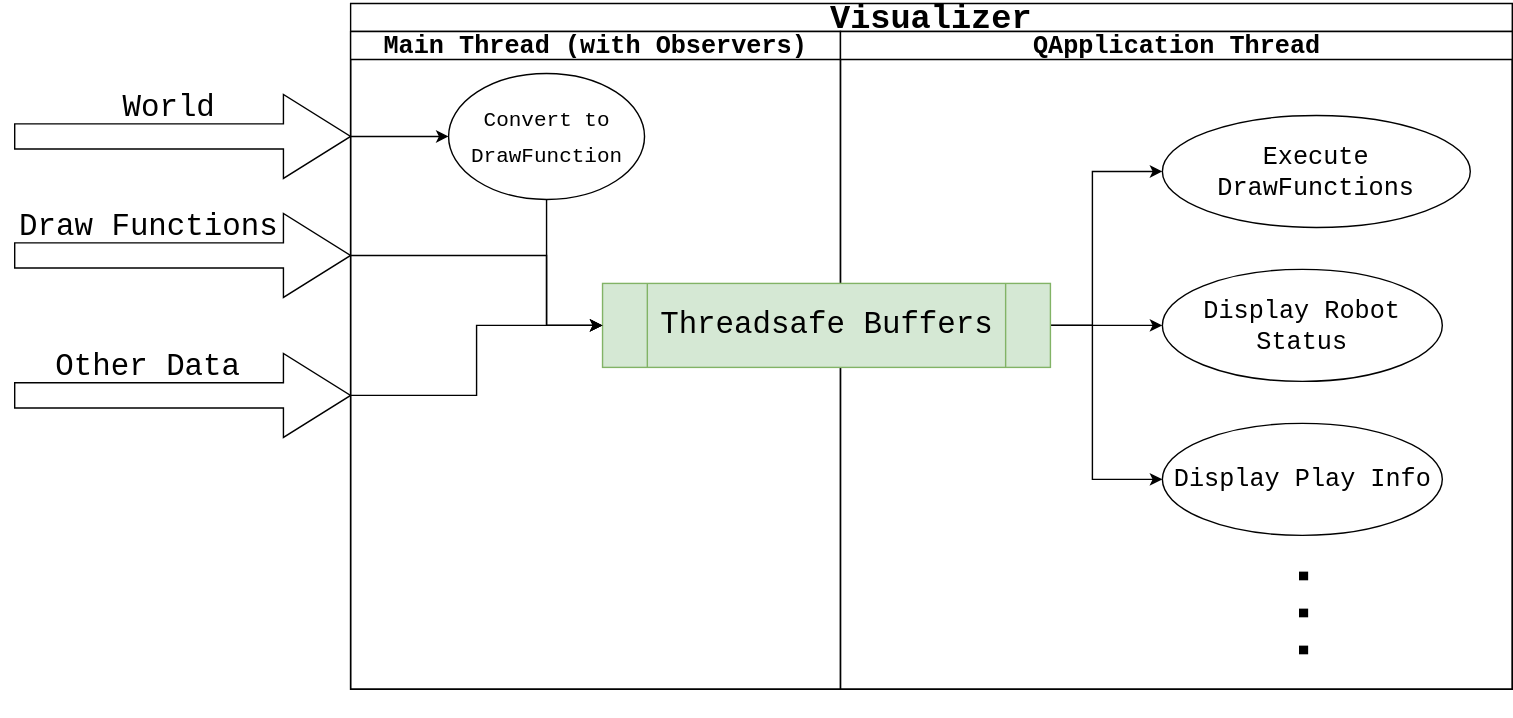
UBC-Thunderbots/Software keeps this draw.io diagram as docs/images/visualizer_diagram.svg. Above is the earlier version. Source tidied: cells renumbered, new cells last; positions are measured from the earlier drawing's top-left corner, leaving out a move shared by most shapes.
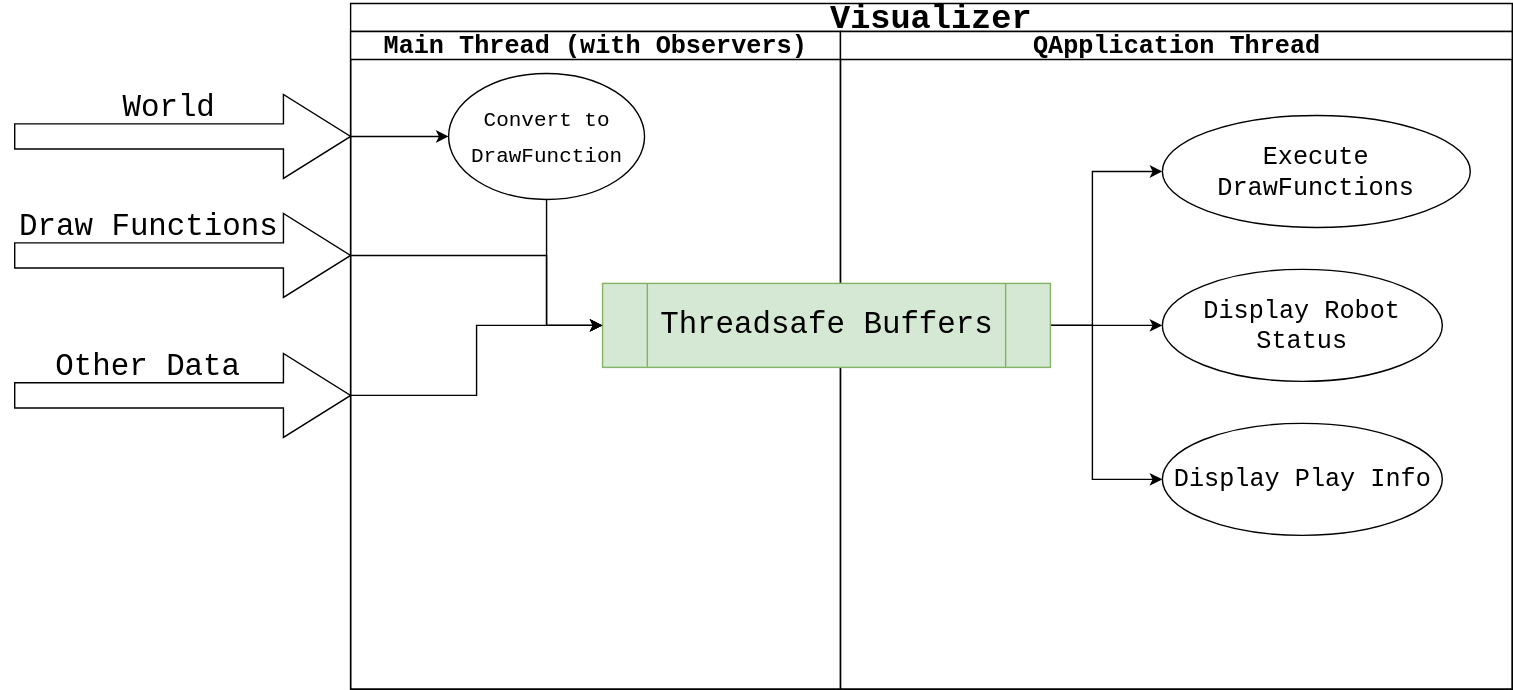
Later version of the same file.

The edit, as a diff of the source:
```diff
@@ -45,9 +45,6 @@
     <mxCell id="12" value="Display Play Info" style="ellipse;whiteSpace=wrap;html=1;strokeColor=#000000;fillColor=#ffffff;fontFamily=Courier New;fontSize=18;" parent="5" vertex="1">
       <mxGeometry x="230" y="280" width="200" height="80" as="geometry" />
     </mxCell>
-    <mxCell id="13" value="&lt;p style=&quot;line-height: 170%; font-size: 44px;&quot;&gt;&lt;/p&gt;&lt;div style=&quot;font-size: 44px;&quot;&gt;&lt;font style=&quot;font-size: 44px; line-height: 10%;&quot;&gt;.&lt;/font&gt;&lt;font style=&quot;font-size: 44px;&quot;&gt;..&lt;br style=&quot;font-size: 44px;&quot;&gt;&lt;/font&gt;&lt;/div&gt;&lt;p style=&quot;font-size: 44px;&quot;&gt;&lt;/p&gt;" style="text;html=1;strokeColor=none;fillColor=none;align=center;verticalAlign=middle;whiteSpace=wrap;rounded=0;fontFamily=Courier New;fontSize=44;fontStyle=1;spacing=2;horizontal=1;rotation=90;" parent="5" vertex="1">
-      <mxGeometry x="265" y="380" width="150" height="70" as="geometry" />
-    </mxCell>
     <mxCell id="14" style="edgeStyle=orthogonalEdgeStyle;rounded=0;jettySize=auto;html=1;exitX=0.5;exitY=1;exitDx=0;exitDy=0;entryX=0;entryY=0.5;entryDx=0;entryDy=0;fontFamily=Courier New;fontSize=22;" parent="2" edge="1" source="4" target="9">
       <mxGeometry relative="1" as="geometry" />
     </mxCell>
```
